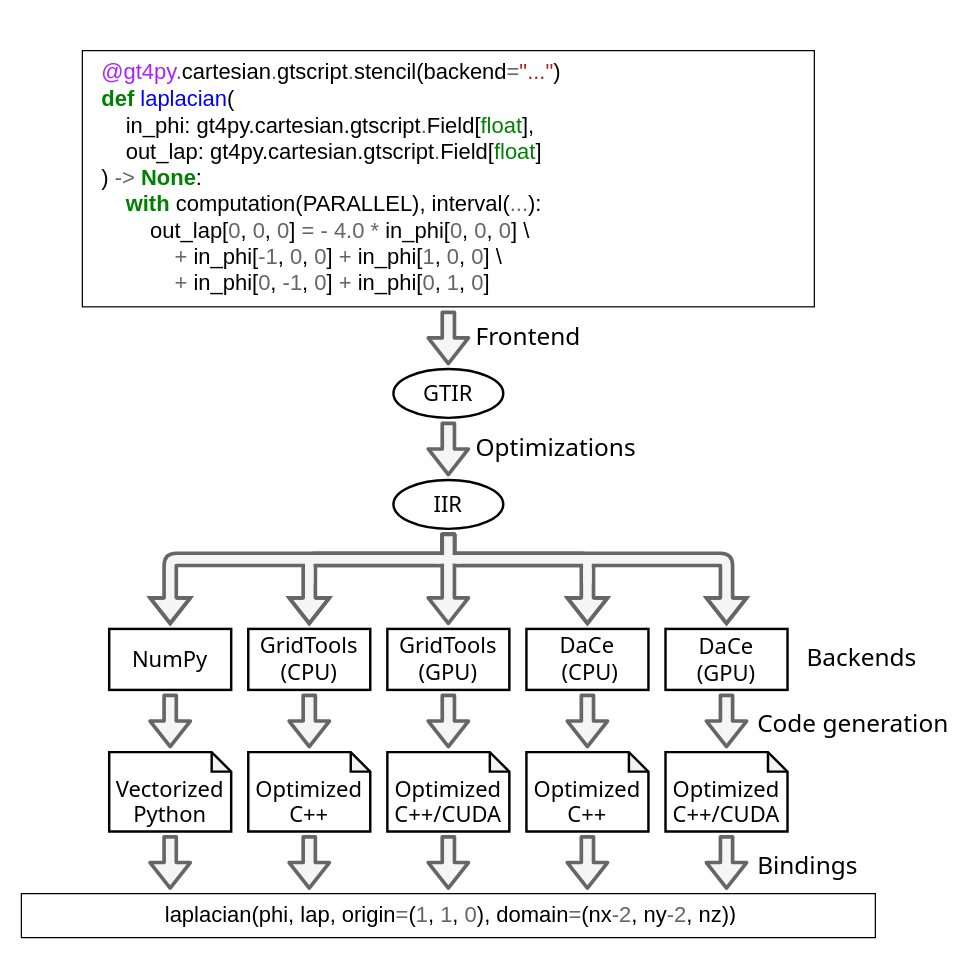
Before: page "gt4py-1" (6 of 6) of img/src/cloudsc_paper.drawio in stubbiali/cloudsc-paper, a draw.io diagram. Source tidied: cells renumbered, new cells numbered last; positions are measured from the earlier drawing's top-left corner, leaving out a move shared by most shapes. Both pictures are drawn from the tidied source at 122%, with x=0, y=0 at pixel (21, 50).
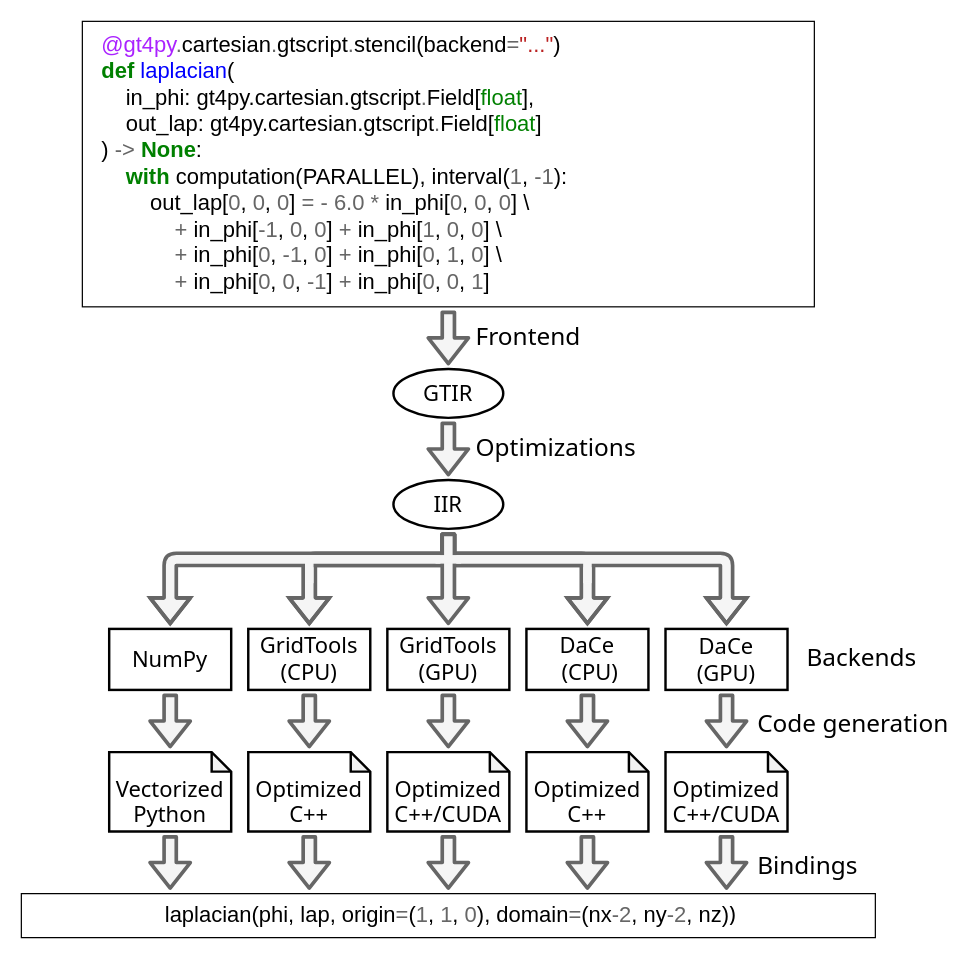
After the change.

What changed in the source:
```diff
@@
-    <mxCell id="15" value="&lt;div style=&quot;font-size: 18px;&quot;&gt;&lt;font style=&quot;font-size: 18px;&quot;&gt;&lt;font color=&quot;#aa22ff&quot;&gt;@gt4py&lt;/font&gt;&lt;font color=&quot;#666666&quot;&gt;.&lt;/font&gt;cartesian&lt;font color=&quot;#666666&quot;&gt;.&lt;/font&gt;gtscript&lt;font color=&quot;#666666&quot;&gt;.&lt;/font&gt;stencil(backend&lt;font color=&quot;#666666&quot;&gt;=&lt;/font&gt;&lt;font color=&quot;#ba2121&quot;&gt;&quot;...&quot;&lt;/font&gt;)&lt;/font&gt;&lt;/div&gt;&lt;div style=&quot;font-size: 18px;&quot;&gt;&lt;font style=&quot;font-size: 18px;&quot;&gt;&lt;font color=&quot;#008000&quot;&gt;&lt;b&gt;def&lt;/b&gt;&lt;/font&gt; &lt;font color=&quot;#0000ff&quot;&gt;laplacian&lt;/font&gt;(&lt;/font&gt;&lt;/div&gt;&lt;div style=&quot;font-size: 18px;&quot;&gt;&lt;font style=&quot;font-size: 18px;&quot;&gt;&amp;nbsp; &amp;nbsp; in_phi: gt4py.cartesian.gtscript&lt;font color=&quot;#666666&quot;&gt;.&lt;/font&gt;Field[&lt;font color=&quot;#008000&quot;&gt;float&lt;/font&gt;],&amp;nbsp;&lt;/font&gt;&lt;/div&gt;&lt;div style=&quot;font-size: 18px;&quot;&gt;&lt;font style=&quot;font-size: 18px;&quot;&gt;&amp;nbsp; &amp;nbsp; out_lap: gt4py.cartesian.gtscript&lt;font color=&quot;#666666&quot;&gt;.&lt;/font&gt;Field[&lt;font color=&quot;#008000&quot;&gt;float&lt;/font&gt;]&lt;/font&gt;&lt;/div&gt;&lt;div style=&quot;font-size: 18px;&quot;&gt;&lt;font style=&quot;font-size: 18px;&quot;&gt;) &lt;font color=&quot;#666666&quot;&gt;-&amp;gt;&lt;/font&gt; &lt;b&gt;&lt;font color=&quot;#008000&quot;&gt;None&lt;/font&gt;&lt;/b&gt;:&lt;/font&gt;&lt;/div&gt;&lt;div style=&quot;font-size: 18px;&quot;&gt;&amp;nbsp; &amp;nbsp; &lt;b&gt;&lt;font color=&quot;#008000&quot;&gt;with&lt;/font&gt;&lt;/b&gt; computation(PARALLEL), interval(&lt;font color=&quot;#666666&quot;&gt;...&lt;/font&gt;):&lt;/div&gt;&lt;div style=&quot;font-size: 18px;&quot;&gt;&lt;font style=&quot;font-size: 18px;&quot;&gt;&amp;nbsp; &amp;nbsp; &amp;nbsp; &amp;nbsp; out_lap[&lt;font color=&quot;#666666&quot;&gt;0&lt;/font&gt;, &lt;font color=&quot;#666666&quot;&gt;0&lt;/font&gt;, &lt;font color=&quot;#666666&quot;&gt;0&lt;/font&gt;] &lt;font color=&quot;#666666&quot;&gt;=&lt;/font&gt; &lt;/font&gt;&lt;font style=&quot;background-color: initial;&quot; color=&quot;#666666&quot;&gt;- 4.0 *&lt;/font&gt;&lt;span style=&quot;background-color: initial;&quot;&gt; in_phi[&lt;/span&gt;&lt;font style=&quot;background-color: initial;&quot; color=&quot;#666666&quot;&gt;0&lt;/font&gt;&lt;span style=&quot;background-color: initial;&quot;&gt;, &lt;/span&gt;&lt;font style=&quot;background-color: initial;&quot; color=&quot;#666666&quot;&gt;0&lt;/font&gt;&lt;span style=&quot;background-color: initial;&quot;&gt;, &lt;/span&gt;&lt;font style=&quot;background-color: initial;&quot; color=&quot;#666666&quot;&gt;0&lt;/font&gt;&lt;span style=&quot;background-color: initial;&quot;&gt;] \&lt;/span&gt;&lt;/div&gt;&lt;div style=&quot;font-size: 18px;&quot;&gt;&lt;font style=&quot;font-size: 18px;&quot;&gt;&amp;nbsp; &amp;nbsp; &amp;nbsp; &amp;nbsp; &amp;nbsp; &amp;nbsp; &lt;font color=&quot;#666666&quot;&gt;+&lt;/font&gt; in_phi[&lt;font color=&quot;#666666&quot;&gt;-1&lt;/font&gt;, &lt;font color=&quot;#666666&quot;&gt;0&lt;/font&gt;, &lt;font color=&quot;#666666&quot;&gt;0&lt;/font&gt;] &lt;font color=&quot;#666666&quot;&gt;+&lt;/font&gt; in_phi[&lt;font color=&quot;#666666&quot;&gt;1&lt;/font&gt;, &lt;font color=&quot;#666666&quot;&gt;0&lt;/font&gt;, &lt;font color=&quot;#666666&quot;&gt;0&lt;/font&gt;] \&lt;/font&gt;&lt;/div&gt;&amp;nbsp; &amp;nbsp; &amp;nbsp; &amp;nbsp; &amp;nbsp; &amp;nbsp; &lt;font color=&quot;#666666&quot;&gt;+&lt;/font&gt; in_phi[&lt;font color=&quot;#666666&quot;&gt;0&lt;/font&gt;, &lt;font color=&quot;#666666&quot;&gt;-1&lt;/font&gt;, &lt;font color=&quot;#666666&quot;&gt;0&lt;/font&gt;] &lt;font color=&quot;#666666&quot;&gt;+&lt;/font&gt; in_phi[&lt;font color=&quot;#666666&quot;&gt;0&lt;/font&gt;, &lt;font color=&quot;#666666&quot;&gt;1&lt;/font&gt;, &lt;font color=&quot;#666666&quot;&gt;0&lt;/font&gt;]" style="rounded=0;whiteSpace=wrap;html=1;align=left;fontFamily=Hack;spacingLeft=14;spacingBottom=10;spacingTop=9;fontSize=18;strokeWidth=1;" parent="1" vertex="1">
-      <mxGeometry x="50" width="600" height="210" as="geometry" />
+    <mxCell id="15" value="&lt;div style=&quot;font-size: 18px;&quot;&gt;&lt;font style=&quot;font-size: 18px;&quot;&gt;&lt;font color=&quot;#aa22ff&quot;&gt;@gt4py&lt;/font&gt;&lt;font color=&quot;#666666&quot;&gt;.&lt;/font&gt;cartesian&lt;font color=&quot;#666666&quot;&gt;.&lt;/font&gt;gtscript&lt;font color=&quot;#666666&quot;&gt;.&lt;/font&gt;stencil(backend&lt;font color=&quot;#666666&quot;&gt;=&lt;/font&gt;&lt;font color=&quot;#ba2121&quot;&gt;&quot;...&quot;&lt;/font&gt;)&lt;/font&gt;&lt;/div&gt;&lt;div style=&quot;font-size: 18px;&quot;&gt;&lt;font style=&quot;font-size: 18px;&quot;&gt;&lt;font color=&quot;#008000&quot;&gt;&lt;b&gt;def&lt;/b&gt;&lt;/font&gt; &lt;font color=&quot;#0000ff&quot;&gt;laplacian&lt;/font&gt;(&lt;/font&gt;&lt;/div&gt;&lt;div style=&quot;font-size: 18px;&quot;&gt;&lt;font style=&quot;font-size: 18px;&quot;&gt;&amp;nbsp; &amp;nbsp; in_phi: gt4py.cartesian.gtscript&lt;font color=&quot;#666666&quot;&gt;.&lt;/font&gt;Field[&lt;font color=&quot;#008000&quot;&gt;float&lt;/font&gt;],&amp;nbsp;&lt;/font&gt;&lt;/div&gt;&lt;div style=&quot;font-size: 18px;&quot;&gt;&lt;font style=&quot;font-size: 18px;&quot;&gt;&amp;nbsp; &amp;nbsp; out_lap: gt4py.cartesian.gtscript&lt;font color=&quot;#666666&quot;&gt;.&lt;/font&gt;Field[&lt;font color=&quot;#008000&quot;&gt;float&lt;/font&gt;]&lt;/font&gt;&lt;/div&gt;&lt;div style=&quot;font-size: 18px;&quot;&gt;&lt;font style=&quot;font-size: 18px;&quot;&gt;) &lt;font color=&quot;#666666&quot;&gt;-&amp;gt;&lt;/font&gt; &lt;b&gt;&lt;font color=&quot;#008000&quot;&gt;None&lt;/font&gt;&lt;/b&gt;:&lt;/font&gt;&lt;/div&gt;&lt;div style=&quot;font-size: 18px;&quot;&gt;&amp;nbsp; &amp;nbsp; &lt;b&gt;&lt;font color=&quot;#008000&quot;&gt;with&lt;/font&gt;&lt;/b&gt; computation(PARALLEL), interval(&lt;font color=&quot;#666666&quot;&gt;1&lt;/font&gt;,&lt;font color=&quot;#666666&quot;&gt; -1&lt;/font&gt;):&lt;/div&gt;&lt;div style=&quot;font-size: 18px;&quot;&gt;&lt;font style=&quot;font-size: 18px;&quot;&gt;&amp;nbsp; &amp;nbsp; &amp;nbsp; &amp;nbsp; out_lap[&lt;font color=&quot;#666666&quot;&gt;0&lt;/font&gt;, &lt;font color=&quot;#666666&quot;&gt;0&lt;/font&gt;, &lt;font color=&quot;#666666&quot;&gt;0&lt;/font&gt;] &lt;font color=&quot;#666666&quot;&gt;=&lt;/font&gt; &lt;/font&gt;&lt;font style=&quot;background-color: initial;&quot; color=&quot;#666666&quot;&gt;- 6.0 *&lt;/font&gt;&lt;span style=&quot;background-color: initial;&quot;&gt; in_phi[&lt;/span&gt;&lt;font style=&quot;background-color: initial;&quot; color=&quot;#666666&quot;&gt;0&lt;/font&gt;&lt;span style=&quot;background-color: initial;&quot;&gt;, &lt;/span&gt;&lt;font style=&quot;background-color: initial;&quot; color=&quot;#666666&quot;&gt;0&lt;/font&gt;&lt;span style=&quot;background-color: initial;&quot;&gt;, &lt;/span&gt;&lt;font style=&quot;background-color: initial;&quot; color=&quot;#666666&quot;&gt;0&lt;/font&gt;&lt;span style=&quot;background-color: initial;&quot;&gt;] \&lt;/span&gt;&lt;/div&gt;&lt;div style=&quot;font-size: 18px;&quot;&gt;&lt;font style=&quot;font-size: 18px;&quot;&gt;&amp;nbsp; &amp;nbsp; &amp;nbsp; &amp;nbsp; &amp;nbsp; &amp;nbsp; &lt;font color=&quot;#666666&quot;&gt;+&lt;/font&gt; in_phi[&lt;font color=&quot;#666666&quot;&gt;-1&lt;/font&gt;, &lt;font color=&quot;#666666&quot;&gt;0&lt;/font&gt;, &lt;font color=&quot;#666666&quot;&gt;0&lt;/font&gt;] &lt;font color=&quot;#666666&quot;&gt;+&lt;/font&gt; in_phi[&lt;font color=&quot;#666666&quot;&gt;1&lt;/font&gt;, &lt;font color=&quot;#666666&quot;&gt;0&lt;/font&gt;, &lt;font color=&quot;#666666&quot;&gt;0&lt;/font&gt;] \&lt;/font&gt;&lt;/div&gt;&amp;nbsp; &amp;nbsp; &amp;nbsp; &amp;nbsp; &amp;nbsp; &amp;nbsp; &lt;font color=&quot;#666666&quot;&gt;+&lt;/font&gt; in_phi[&lt;font color=&quot;#666666&quot;&gt;0&lt;/font&gt;, &lt;font color=&quot;#666666&quot;&gt;-1&lt;/font&gt;, &lt;font color=&quot;#666666&quot;&gt;0&lt;/font&gt;] &lt;font color=&quot;#666666&quot;&gt;+&lt;/font&gt; in_phi[&lt;font color=&quot;#666666&quot;&gt;0&lt;/font&gt;, &lt;font color=&quot;#666666&quot;&gt;1&lt;/font&gt;, &lt;font color=&quot;#666666&quot;&gt;0&lt;/font&gt;] \&lt;br&gt;&amp;nbsp; &amp;nbsp; &amp;nbsp; &amp;nbsp; &amp;nbsp; &amp;nbsp;&amp;nbsp;&lt;font style=&quot;border-color: var(--border-color);&quot; color=&quot;#666666&quot;&gt;+&lt;/font&gt;&amp;nbsp;in_phi[&lt;font style=&quot;border-color: var(--border-color);&quot; color=&quot;#666666&quot;&gt;0&lt;/font&gt;,&amp;nbsp;&lt;font color=&quot;#666666&quot;&gt;0&lt;/font&gt;,&amp;nbsp;&lt;font color=&quot;#666666&quot;&gt;-1&lt;/font&gt;]&amp;nbsp;&lt;font style=&quot;border-color: var(--border-color);&quot; color=&quot;#666666&quot;&gt;+&lt;/font&gt;&amp;nbsp;in_phi[&lt;font style=&quot;border-color: var(--border-color);&quot; color=&quot;#666666&quot;&gt;0&lt;/font&gt;,&amp;nbsp;&lt;font color=&quot;#666666&quot;&gt;0&lt;/font&gt;,&amp;nbsp;&lt;font color=&quot;#666666&quot;&gt;1&lt;/font&gt;]" style="rounded=0;whiteSpace=wrap;html=1;align=left;fontFamily=Hack;spacingLeft=14;spacingBottom=10;spacingTop=9;fontSize=18;strokeWidth=1;" parent="1" vertex="1">
+      <mxGeometry x="50" y="-24" width="600" height="234" as="geometry" />
     </mxCell>
```
